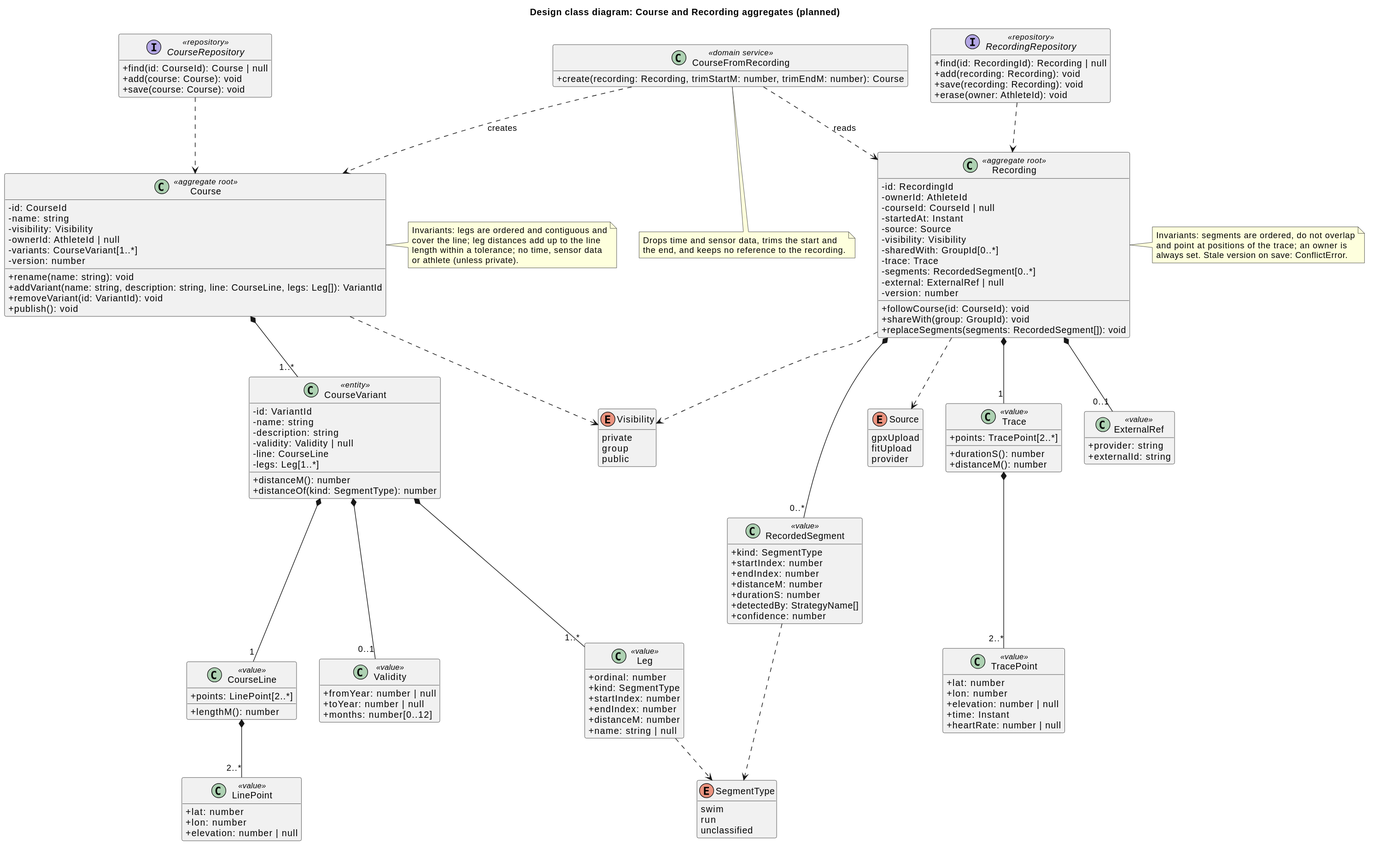
Before: docs/diagrams/dcd-course-recording.svg, a diagram exported from PlantUML (swimrun/tigerlegs).
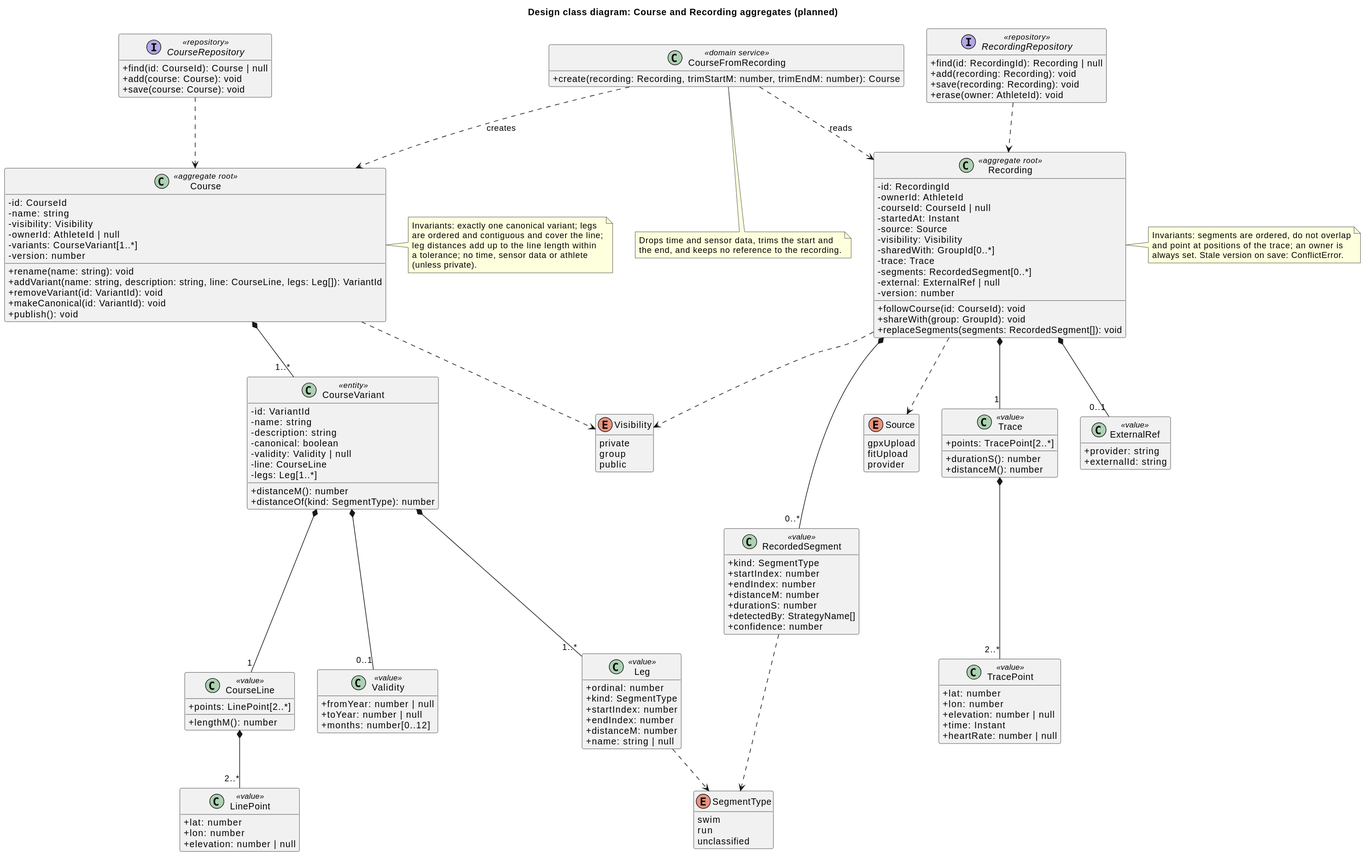
Later version of the same file.

Commit message:
Add the canonical variant and the 2026 Rondje Eilanden variant, with TODOs for missing GPX files (#80)

Change to the diagram source:
```diff
@@ -13,12 +13,14 @@
   +rename(name: string): void
   +addVariant(name: string, description: string, line: CourseLine, legs: Leg[]): VariantId
   +removeVariant(id: VariantId): void
+  +makeCanonical(id: VariantId): void
   +publish(): void
 }
 class CourseVariant <<entity>> {
   -id: VariantId
   -name: string
   -description: string
+  -canonical: boolean
   -validity: Validity | null
   -line: CourseLine
   -legs: Leg[1..*]
@@ -143,10 +145,11 @@
 CourseFromRecording ..> Course : creates
 
 note right of Course
-  Invariants: legs are ordered and contiguous and
-  cover the line; leg distances add up to the line
-  length within a tolerance; no time, sensor data
-  or athlete (unless private).
+  Invariants: exactly one canonical variant; legs
+  are ordered and contiguous and cover the line;
+  leg distances add up to the line length within
+  a tolerance; no time, sensor data or athlete
+  (unless private).
 end note
 note right of Recording
   Invariants: segments are ordered, do not overlap
```
